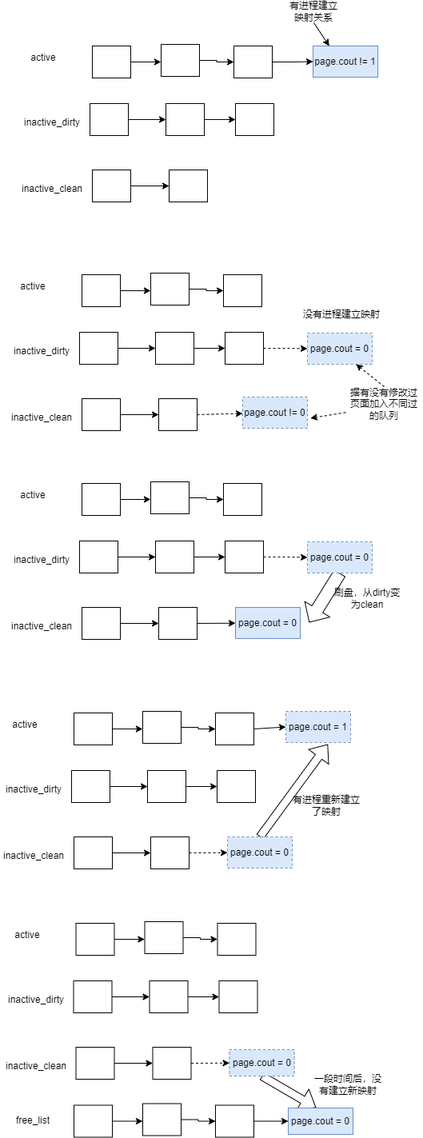
The draw.io diagram OS/linux内核源代码情景分析/第二章.drawio.png in SixPlusAndTimes/drawio, before a commit. Source tidied: cells renumbered, new cells last; positions are measured from the earlier drawing's top-left corner, leaving out a move shared by most shapes.
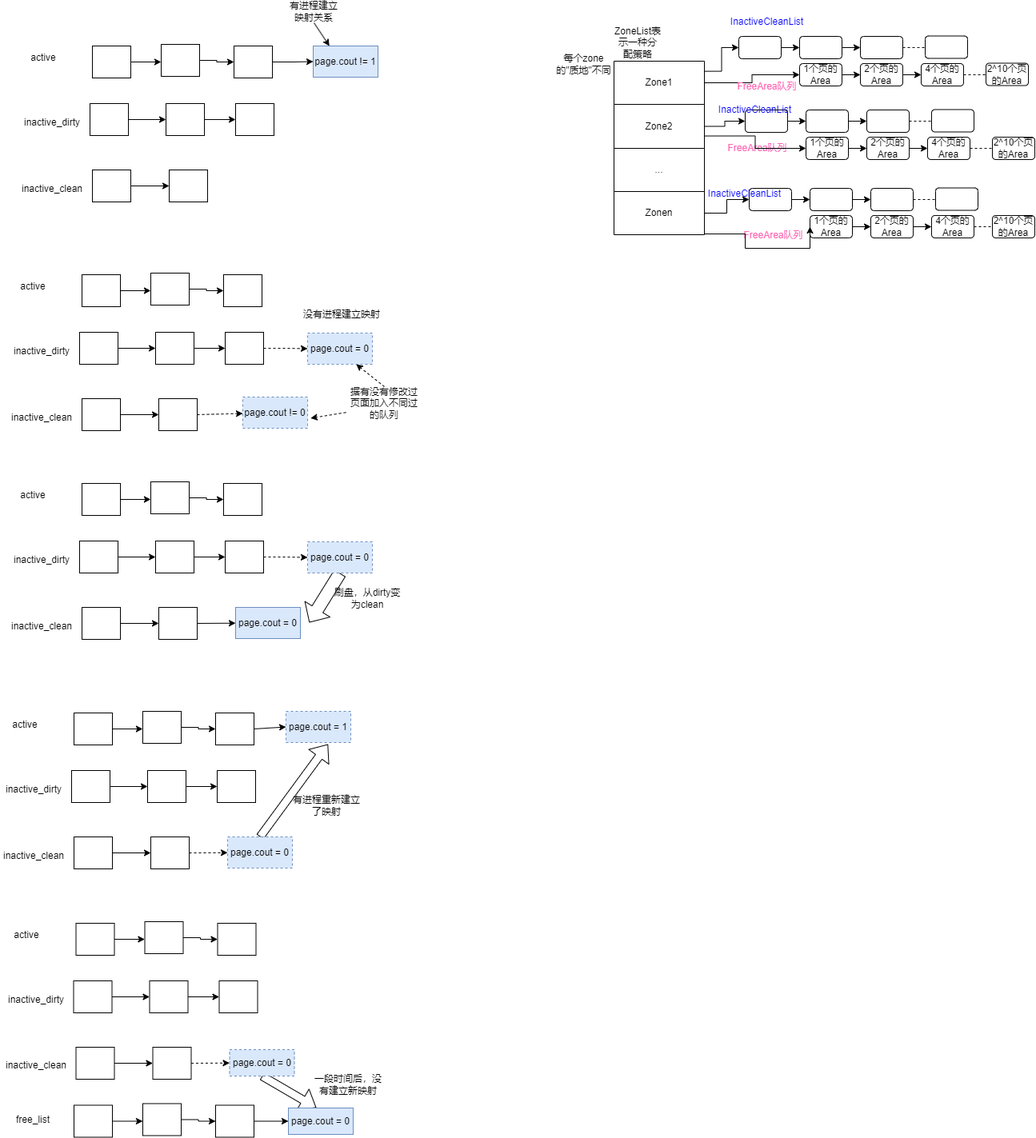
After the commit.

Commit message:
更新第二章.drawio.png

Diff of the diagram source:
```diff
@@ -370,5 +370,226 @@
     <mxCell id="117" value="没有进程建立映射" style="text;html=1;strokeColor=none;fillColor=none;align=center;verticalAlign=middle;whiteSpace=wrap;rounded=0;dashed=1;" parent="1" vertex="1">
       <mxGeometry x="369" y="369" width="116" height="47" as="geometry" />
     </mxCell>
+    <mxCell id="118" style="shape=table;startSize=0;" parent="1" vertex="1">
+      <mxGeometry x="767" y="76" width="113" height="217" as="geometry" />
+    </mxCell>
+    <mxCell id="119" style="shape=tableRow;horizontal=0;startSize=0;swimlaneHead=0;swimlaneBody=0;top=0;left=0;bottom=0;right=0;fillColor=none;points=[[0,0.5],[1,0.5]];portConstraint=eastwest;" parent="118" vertex="1">
+      <mxGeometry width="113" height="54" as="geometry" />
+    </mxCell>
+    <mxCell id="120" value="Zone1" style="shape=partialRectangle;html=1;whiteSpace=wrap;overflow=hidden;fillColor=none;top=0;left=0;bottom=0;right=0;" parent="119" vertex="1">
+      <mxGeometry width="113" height="54" as="geometry" />
+    </mxCell>
+    <mxCell id="121" style="shape=tableRow;horizontal=0;startSize=0;swimlaneHead=0;swimlaneBody=0;top=0;left=0;bottom=0;right=0;fillColor=none;points=[[0,0.5],[1,0.5]];portConstraint=eastwest;" parent="118" vertex="1">
+      <mxGeometry y="54" width="113" height="55" as="geometry" />
+    </mxCell>
+    <mxCell id="122" value="Zone2" style="shape=partialRectangle;html=1;whiteSpace=wrap;overflow=hidden;fillColor=none;top=0;left=0;bottom=0;right=0;" parent="121" vertex="1">
+      <mxGeometry width="113" height="55" as="geometry" />
+    </mxCell>
+    <mxCell id="123" style="shape=tableRow;horizontal=0;startSize=0;swimlaneHead=0;swimlaneBody=0;top=0;left=0;bottom=0;right=0;fillColor=none;" parent="118" vertex="1">
+      <mxGeometry y="109" width="113" height="54" as="geometry" />
+    </mxCell>
+    <mxCell id="124" value="..." style="shape=partialRectangle;html=1;whiteSpace=wrap;overflow=hidden;fillColor=none;top=0;left=0;bottom=0;right=0;" parent="123" vertex="1">
+      <mxGeometry width="113" height="54" as="geometry" />
+    </mxCell>
+    <mxCell id="125" style="shape=tableRow;horizontal=0;startSize=0;swimlaneHead=0;swimlaneBody=0;top=0;left=0;bottom=0;right=0;fillColor=none;points=[[0,0.5],[1,0.5]];portConstraint=eastwest;" parent="118" vertex="1">
+      <mxGeometry y="163" width="113" height="54" as="geometry" />
+    </mxCell>
+    <mxCell id="126" value="Zonen" style="shape=partialRectangle;html=1;whiteSpace=wrap;overflow=hidden;fillColor=none;top=0;left=0;bottom=0;right=0;" parent="125" vertex="1">
+      <mxGeometry width="113" height="54" as="geometry" />
+    </mxCell>
+    <mxCell id="127" value="ZoneList表示一种分配策略" style="text;html=1;strokeColor=none;fillColor=none;align=center;verticalAlign=middle;whiteSpace=wrap;rounded=0;" parent="1" vertex="1">
+      <mxGeometry x="767" y="37.5" width="60" height="30" as="geometry" />
+    </mxCell>
+    <mxCell id="128" style="edgeStyle=orthogonalEdgeStyle;rounded=0;jettySize=auto;html=1;exitX=1;exitY=0.5;exitDx=0;exitDy=0;" parent="1" edge="1" source="129">
+      <mxGeometry relative="1" as="geometry">
+        <mxPoint x="1075" y="93" as="targetPoint" />
+      </mxGeometry>
+    </mxCell>
+    <mxCell id="129" value="1个页的Area" style="rounded=1;whiteSpace=wrap;html=1;" parent="1" vertex="1">
+      <mxGeometry x="999" y="79" width="53" height="28" as="geometry" />
+    </mxCell>
+    <mxCell id="130" style="edgeStyle=orthogonalEdgeStyle;rounded=0;jettySize=auto;html=1;exitX=1;exitY=0.5;exitDx=0;exitDy=0;" parent="1" edge="1" source="119" target="129">
+      <mxGeometry relative="1" as="geometry" />
+    </mxCell>
+    <mxCell id="131" value="&lt;font color=&quot;#ff66b3&quot;&gt;FreeArea队列&lt;/font&gt;" style="text;html=1;strokeColor=none;fillColor=none;align=center;verticalAlign=middle;whiteSpace=wrap;rounded=0;" parent="1" vertex="1">
+      <mxGeometry x="913" y="95" width="91" height="25" as="geometry" />
+    </mxCell>
+    <mxCell id="132" style="edgeStyle=orthogonalEdgeStyle;rounded=0;jettySize=auto;html=1;exitX=1;exitY=0.5;exitDx=0;exitDy=0;entryX=0;entryY=0.5;entryDx=0;entryDy=0;" parent="1" edge="1" source="133" target="135">
+      <mxGeometry relative="1" as="geometry" />
+    </mxCell>
+    <mxCell id="133" value="2个页的Area" style="rounded=1;whiteSpace=wrap;html=1;" parent="1" vertex="1">
+      <mxGeometry x="1075" y="79" width="53" height="28" as="geometry" />
+    </mxCell>
+    <mxCell id="134" style="edgeStyle=orthogonalEdgeStyle;rounded=0;jettySize=auto;html=1;exitX=1;exitY=0.5;exitDx=0;exitDy=0;entryX=0;entryY=0.5;entryDx=0;entryDy=0;dashed=1;endArrow=none;endFill=0;" parent="1" edge="1" source="135" target="136">
+      <mxGeometry relative="1" as="geometry" />
+    </mxCell>
+    <mxCell id="135" value="4个页的Area" style="rounded=1;whiteSpace=wrap;html=1;" parent="1" vertex="1">
+      <mxGeometry x="1151" y="79" width="53" height="28" as="geometry" />
+    </mxCell>
+    <mxCell id="136" value="2^10个页的Area" style="rounded=1;whiteSpace=wrap;html=1;" parent="1" vertex="1">
+      <mxGeometry x="1232" y="78.5" width="53" height="28" as="geometry" />
+    </mxCell>
+    <mxCell id="137" value="每个zone的&quot;质地&quot;不同" style="text;html=1;strokeColor=none;fillColor=none;align=center;verticalAlign=middle;whiteSpace=wrap;rounded=0;" parent="1" vertex="1">
+      <mxGeometry x="694" y="64" width="71" height="32" as="geometry" />
+    </mxCell>
+    <mxCell id="138" style="edgeStyle=orthogonalEdgeStyle;rounded=0;jettySize=auto;html=1;exitX=1;exitY=0.5;exitDx=0;exitDy=0;" parent="1" edge="1" source="139">
+      <mxGeometry relative="1" as="geometry">
+        <mxPoint x="999" y="59" as="targetPoint" />
+      </mxGeometry>
+    </mxCell>
+    <mxCell id="139" style="rounded=1;whiteSpace=wrap;html=1;" parent="1" vertex="1">
+      <mxGeometry x="923" y="45" width="53" height="28" as="geometry" />
+    </mxCell>
+    <mxCell id="140" value="&lt;font color=&quot;#0000ff&quot;&gt;InactiveCleanList&lt;/font&gt;" style="text;html=1;strokeColor=none;fillColor=none;align=center;verticalAlign=middle;whiteSpace=wrap;rounded=0;" parent="1" vertex="1">
+      <mxGeometry x="913" y="14" width="91" height="25" as="geometry" />
+    </mxCell>
+    <mxCell id="141" style="edgeStyle=orthogonalEdgeStyle;rounded=0;jettySize=auto;html=1;exitX=1;exitY=0.5;exitDx=0;exitDy=0;entryX=0;entryY=0.5;entryDx=0;entryDy=0;" parent="1" edge="1" source="142" target="144">
+      <mxGeometry relative="1" as="geometry" />
+    </mxCell>
+    <mxCell id="142" style="rounded=1;whiteSpace=wrap;html=1;" parent="1" vertex="1">
+      <mxGeometry x="999" y="45" width="53" height="28" as="geometry" />
+    </mxCell>
+    <mxCell id="143" style="edgeStyle=orthogonalEdgeStyle;rounded=0;jettySize=auto;html=1;exitX=1;exitY=0.5;exitDx=0;exitDy=0;entryX=0;entryY=0.5;entryDx=0;entryDy=0;dashed=1;endArrow=none;endFill=0;" parent="1" edge="1" source="144" target="145">
+      <mxGeometry relative="1" as="geometry" />
+    </mxCell>
+    <mxCell id="144" style="rounded=1;whiteSpace=wrap;html=1;" parent="1" vertex="1">
+      <mxGeometry x="1075" y="45" width="53" height="28" as="geometry" />
+    </mxCell>
+    <mxCell id="145" style="rounded=1;whiteSpace=wrap;html=1;" parent="1" vertex="1">
+      <mxGeometry x="1156" y="44.5" width="53" height="28" as="geometry" />
+    </mxCell>
+    <mxCell id="146" style="edgeStyle=orthogonalEdgeStyle;rounded=0;jettySize=auto;html=1;exitX=1.001;exitY=0.234;exitDx=0;exitDy=0;entryX=0;entryY=0.5;entryDx=0;entryDy=0;endArrow=classic;endFill=1;exitPerimeter=0;" parent="1" edge="1" source="119" target="139">
+      <mxGeometry relative="1" as="geometry" />
+    </mxCell>
+    <mxCell id="147" style="edgeStyle=orthogonalEdgeStyle;rounded=0;jettySize=auto;html=1;exitX=1;exitY=0.5;exitDx=0;exitDy=0;" parent="1" edge="1" source="148">
+      <mxGeometry relative="1" as="geometry">
+        <mxPoint x="1083" y="185" as="targetPoint" />
+      </mxGeometry>
+    </mxCell>
+    <mxCell id="148" value="1个页的Area" style="rounded=1;whiteSpace=wrap;html=1;" parent="1" vertex="1">
+      <mxGeometry x="1007" y="171" width="53" height="28" as="geometry" />
+    </mxCell>
+    <mxCell id="149" value="&lt;font color=&quot;#ff66b3&quot;&gt;FreeArea队列&lt;/font&gt;" style="text;html=1;strokeColor=none;fillColor=none;align=center;verticalAlign=middle;whiteSpace=wrap;rounded=0;" parent="1" vertex="1">
+      <mxGeometry x="901" y="172.5" width="91" height="25" as="geometry" />
+    </mxCell>
+    <mxCell id="150" style="edgeStyle=orthogonalEdgeStyle;rounded=0;jettySize=auto;html=1;exitX=1;exitY=0.5;exitDx=0;exitDy=0;entryX=0;entryY=0.5;entryDx=0;entryDy=0;" parent="1" edge="1" source="151" target="153">
+      <mxGeometry relative="1" as="geometry" />
+    </mxCell>
+    <mxCell id="151" value="2个页的Area" style="rounded=1;whiteSpace=wrap;html=1;" parent="1" vertex="1">
+      <mxGeometry x="1083" y="171" width="53" height="28" as="geometry" />
+    </mxCell>
+    <mxCell id="152" style="edgeStyle=orthogonalEdgeStyle;rounded=0;jettySize=auto;html=1;exitX=1;exitY=0.5;exitDx=0;exitDy=0;entryX=0;entryY=0.5;entryDx=0;entryDy=0;dashed=1;endArrow=none;endFill=0;" parent="1" edge="1" source="153">
+      <mxGeometry relative="1" as="geometry">
+        <mxPoint x="1240" y="184.5" as="targetPoint" />
+      </mxGeometry>
+    </mxCell>
+    <mxCell id="153" value="4个页的Area" style="rounded=1;whiteSpace=wrap;html=1;" parent="1" vertex="1">
+      <mxGeometry x="1159" y="171" width="53" height="28" as="geometry" />
+    </mxCell>
+    <mxCell id="154" style="edgeStyle=orthogonalEdgeStyle;rounded=0;jettySize=auto;html=1;exitX=1;exitY=0.5;exitDx=0;exitDy=0;" parent="1" edge="1" source="155">
+      <mxGeometry relative="1" as="geometry">
+        <mxPoint x="1007" y="151" as="targetPoint" />
+      </mxGeometry>
+    </mxCell>
+    <mxCell id="155" style="rounded=1;whiteSpace=wrap;html=1;" parent="1" vertex="1">
+      <mxGeometry x="931" y="137" width="53" height="28" as="geometry" />
+    </mxCell>
+    <mxCell id="156" value="&lt;font color=&quot;#0000ff&quot;&gt;InactiveCleanList&lt;/font&gt;" style="text;html=1;strokeColor=none;fillColor=none;align=center;verticalAlign=middle;whiteSpace=wrap;rounded=0;" parent="1" vertex="1">
+      <mxGeometry x="898" y="124" width="91" height="25" as="geometry" />
+    </mxCell>
+    <mxCell id="157" style="edgeStyle=orthogonalEdgeStyle;rounded=0;jettySize=auto;html=1;exitX=1;exitY=0.5;exitDx=0;exitDy=0;entryX=0;entryY=0.5;entryDx=0;entryDy=0;" parent="1" edge="1" source="158" target="160">
+      <mxGeometry relative="1" as="geometry" />
+    </mxCell>
+    <mxCell id="158" style="rounded=1;whiteSpace=wrap;html=1;" parent="1" vertex="1">
+      <mxGeometry x="1007" y="137" width="53" height="28" as="geometry" />
+    </mxCell>
+    <mxCell id="159" style="edgeStyle=orthogonalEdgeStyle;rounded=0;jettySize=auto;html=1;exitX=1;exitY=0.5;exitDx=0;exitDy=0;entryX=0;entryY=0.5;entryDx=0;entryDy=0;dashed=1;endArrow=none;endFill=0;" parent="1" edge="1" source="160" target="161">
+      <mxGeometry relative="1" as="geometry" />
+    </mxCell>
+    <mxCell id="160" style="rounded=1;whiteSpace=wrap;html=1;" parent="1" vertex="1">
+      <mxGeometry x="1083" y="137" width="53" height="28" as="geometry" />
+    </mxCell>
+    <mxCell id="161" style="rounded=1;whiteSpace=wrap;html=1;" parent="1" vertex="1">
+      <mxGeometry x="1164" y="136.5" width="53" height="28" as="geometry" />
+    </mxCell>
+    <mxCell id="162" style="edgeStyle=orthogonalEdgeStyle;rounded=0;jettySize=auto;html=1;exitX=1;exitY=0.5;exitDx=0;exitDy=0;" parent="1" edge="1" source="163">
+      <mxGeometry relative="1" as="geometry">
+        <mxPoint x="1088" y="283" as="targetPoint" />
+      </mxGeometry>
+    </mxCell>
+    <mxCell id="163" value="1个页的Area" style="rounded=1;whiteSpace=wrap;html=1;" parent="1" vertex="1">
+      <mxGeometry x="1012" y="269" width="53" height="28" as="geometry" />
+    </mxCell>
+    <mxCell id="164" value="&lt;font color=&quot;#ff66b3&quot;&gt;FreeArea队列&lt;/font&gt;" style="text;html=1;strokeColor=none;fillColor=none;align=center;verticalAlign=middle;whiteSpace=wrap;rounded=0;" parent="1" vertex="1">
+      <mxGeometry x="921" y="281" width="91" height="25" as="geometry" />
+    </mxCell>
+    <mxCell id="165" style="edgeStyle=orthogonalEdgeStyle;rounded=0;jettySize=auto;html=1;exitX=1;exitY=0.5;exitDx=0;exitDy=0;entryX=0;entryY=0.5;entryDx=0;entryDy=0;" parent="1" edge="1" source="166" target="168">
+      <mxGeometry relative="1" as="geometry" />
+    </mxCell>
+    <mxCell id="166" value="2个页的Area" style="rounded=1;whiteSpace=wrap;html=1;" parent="1" vertex="1">
+      <mxGeometry x="1088" y="269" width="53" height="28" as="geometry" />
+    </mxCell>
+    <mxCell id="167" style="edgeStyle=orthogonalEdgeStyle;rounded=0;jettySize=auto;html=1;exitX=1;exitY=0.5;exitDx=0;exitDy=0;entryX=0;entryY=0.5;entryDx=0;entryDy=0;dashed=1;endArrow=none;endFill=0;startArrow=none;" parent="1" edge="1" source="182">
+      <mxGeometry relative="1" as="geometry">
+        <mxPoint x="1271" y="283.5" as="targetPoint" />
+      </mxGeometry>
+    </mxCell>
+    <mxCell id="168" value="4个页的Area" style="rounded=1;whiteSpace=wrap;html=1;" parent="1" vertex="1">
+      <mxGeometry x="1164" y="269" width="53" height="28" as="geometry" />
+    </mxCell>
+    <mxCell id="169" style="edgeStyle=orthogonalEdgeStyle;rounded=0;jettySize=auto;html=1;exitX=1;exitY=0.5;exitDx=0;exitDy=0;" parent="1" edge="1" source="170">
+      <mxGeometry relative="1" as="geometry">
+        <mxPoint x="1012" y="249" as="targetPoint" />
+      </mxGeometry>
+    </mxCell>
+    <mxCell id="170" style="rounded=1;whiteSpace=wrap;html=1;" parent="1" vertex="1">
+      <mxGeometry x="936" y="235" width="53" height="28" as="geometry" />
+    </mxCell>
+    <mxCell id="171" value="&lt;font color=&quot;#0000ff&quot;&gt;InactiveCleanList&lt;/font&gt;" style="text;html=1;strokeColor=none;fillColor=none;align=center;verticalAlign=middle;whiteSpace=wrap;rounded=0;" parent="1" vertex="1">
+      <mxGeometry x="885" y="229" width="91" height="25" as="geometry" />
+    </mxCell>
+    <mxCell id="172" style="edgeStyle=orthogonalEdgeStyle;rounded=0;jettySize=auto;html=1;exitX=1;exitY=0.5;exitDx=0;exitDy=0;entryX=0;entryY=0.5;entryDx=0;entryDy=0;" parent="1" edge="1" source="173" target="175">
+      <mxGeometry relative="1" as="geometry" />
+    </mxCell>
+    <mxCell id="173" style="rounded=1;whiteSpace=wrap;html=1;" parent="1" vertex="1">
+      <mxGeometry x="1012" y="235" width="53" height="28" as="geometry" />
+    </mxCell>
+    <mxCell id="174" style="edgeStyle=orthogonalEdgeStyle;rounded=0;jettySize=auto;html=1;exitX=1;exitY=0.5;exitDx=0;exitDy=0;entryX=0;entryY=0.5;entryDx=0;entryDy=0;dashed=1;endArrow=none;endFill=0;" parent="1" edge="1" source="175" target="176">
+      <mxGeometry relative="1" as="geometry" />
+    </mxCell>
+    <mxCell id="175" style="rounded=1;whiteSpace=wrap;html=1;" parent="1" vertex="1">
+      <mxGeometry x="1088" y="235" width="53" height="28" as="geometry" />
+    </mxCell>
+    <mxCell id="176" style="rounded=1;whiteSpace=wrap;html=1;" parent="1" vertex="1">
+      <mxGeometry x="1169" y="234.5" width="53" height="28" as="geometry" />
+    </mxCell>
+    <mxCell id="177" style="edgeStyle=orthogonalEdgeStyle;rounded=0;jettySize=auto;html=1;exitX=1;exitY=0.5;exitDx=0;exitDy=0;entryX=0;entryY=0.5;entryDx=0;entryDy=0;fontColor=#0000FF;endArrow=classic;endFill=1;" parent="1" edge="1" source="121" target="155">
+      <mxGeometry relative="1" as="geometry" />
+    </mxCell>
+    <mxCell id="178" style="edgeStyle=orthogonalEdgeStyle;rounded=0;jettySize=auto;html=1;exitX=1.001;exitY=0.719;exitDx=0;exitDy=0;entryX=0;entryY=0.5;entryDx=0;entryDy=0;fontColor=#0000FF;endArrow=classic;endFill=1;exitPerimeter=0;" parent="1" edge="1" source="121" target="148">
+      <mxGeometry relative="1" as="geometry" />
+    </mxCell>
+    <mxCell id="179" value="2^10个页的Area" style="rounded=1;whiteSpace=wrap;html=1;" parent="1" vertex="1">
+      <mxGeometry x="1240" y="171" width="53" height="28" as="geometry" />
+    </mxCell>
+    <mxCell id="180" style="edgeStyle=orthogonalEdgeStyle;rounded=0;jettySize=auto;html=1;exitX=1;exitY=0.5;exitDx=0;exitDy=0;entryX=0;entryY=0.5;entryDx=0;entryDy=0;fontColor=#0000FF;endArrow=classic;endFill=1;" parent="1" edge="1" source="125" target="170">
+      <mxGeometry relative="1" as="geometry" />
+    </mxCell>
+    <mxCell id="181" style="edgeStyle=orthogonalEdgeStyle;rounded=0;jettySize=auto;html=1;entryX=0;entryY=0.5;entryDx=0;entryDy=0;fontColor=#0000FF;endArrow=classic;endFill=1;" parent="1" edge="1" target="163">
+      <mxGeometry relative="1" as="geometry">
+        <mxPoint x="880" y="277" as="sourcePoint" />
+        <Array as="points">
+          <mxPoint x="880" y="292" />
+          <mxPoint x="931" y="292" />
+          <mxPoint x="931" y="310" />
+        </Array>
+      </mxGeometry>
+    </mxCell>
+    <mxCell id="182" value="2^10个页的Area" style="rounded=1;whiteSpace=wrap;html=1;" parent="1" vertex="1">
+      <mxGeometry x="1240" y="269" width="53" height="28" as="geometry" />
+    </mxCell>
+    <mxCell id="183" style="edgeStyle=orthogonalEdgeStyle;rounded=0;jettySize=auto;html=1;exitX=1;exitY=0.5;exitDx=0;exitDy=0;entryX=0;entryY=0.5;entryDx=0;entryDy=0;dashed=1;endArrow=none;endFill=0;" parent="1" edge="1" source="168" target="182">
+      <mxGeometry relative="1" as="geometry" />
+    </mxCell>
   </root>
 </mxGraphModel>
```
